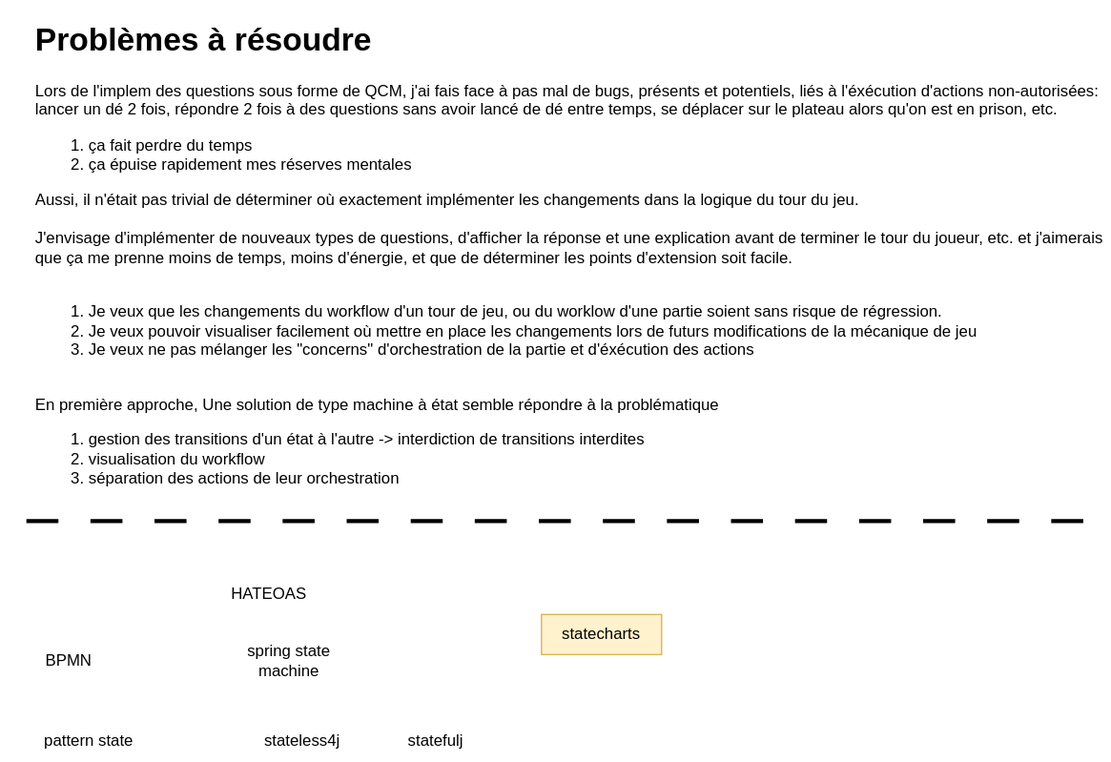
Earlier version of the draw.io export java/docs/design-docs/state-machine/state-machine-design-doc.svg (mbimbij/trivia). Source tidied: cells renumbered, new cells last; positions are measured from the earlier drawing's top-left corner, leaving out a move shared by most shapes. Source of this version:
```xml
<mxGraphModel>
  <root>
    <mxCell id="0" />
    <mxCell id="1" parent="0" />
    <mxCell id="2" value="&lt;h1&gt;Problèmes à résoudre&lt;/h1&gt;&lt;p&gt;Lors de l'implem des questions sous forme de QCM, j'ai fais face à pas mal de bugs, présents et potentiels, liés à l'éxécution d'actions non-autorisées: lancer un dé 2 fois, répondre 2 fois à des questions sans avoir lancé de dé entre temps, se déplacer sur le plateau alors qu'on est en prison, etc.&lt;/p&gt;&lt;p&gt;&lt;/p&gt;&lt;ol&gt;&lt;li&gt;ça fait perdre du temps&lt;/li&gt;&lt;li&gt;ça épuise rapidement mes réserves mentales&lt;/li&gt;&lt;/ol&gt;&lt;div&gt;Aussi, il n'était pas trivial de déterminer où exactement implémenter les changements dans la logique du tour du jeu.&lt;/div&gt;&lt;div&gt;&lt;br&gt;&lt;/div&gt;&lt;div&gt;J'envisage d'implémenter de nouveaux types de questions, d'afficher la réponse et une explication avant de terminer le tour du joueur, etc. et j'aimerais que ça me prenne moins de temps, moins d'énergie, et que de déterminer les points d'extension soit facile.&lt;br&gt;&lt;/div&gt;&lt;div&gt;&lt;br&gt;&lt;ol&gt;&lt;li&gt;Je veux que les changements du workflow d'un tour de jeu, ou du worklow d'une partie soient sans risque de régression.&lt;/li&gt;&lt;li&gt;Je veux pouvoir visualiser facilement où mettre en place les changements lors de futurs modifications de la mécanique de jeu&lt;/li&gt;&lt;li&gt;Je veux ne pas mélanger les &quot;concerns&quot; d'orchestration de la partie et d'éxécution des actions&lt;/li&gt;&lt;/ol&gt;&lt;/div&gt;&lt;div&gt;&lt;br&gt;&lt;/div&gt;&lt;div&gt;En première approche, Une solution de type machine à état semble répondre à la problématique&lt;/div&gt;&lt;div&gt;&lt;ol&gt;&lt;li&gt;gestion des transitions d'un état à l'autre -&amp;gt; interdiction de transitions interdites&lt;/li&gt;&lt;li&gt;visualisation du workflow&lt;/li&gt;&lt;li&gt;séparation des actions de leur orchestration&lt;/li&gt;&lt;/ol&gt;&lt;/div&gt;&lt;p&gt;&lt;/p&gt;" style="text;html=1;strokeColor=none;fillColor=none;spacing=5;spacingTop=-20;whiteSpace=wrap;overflow=hidden;rounded=0;" parent="1" vertex="1">
      <mxGeometry x="20" width="810" height="360" as="geometry" />
    </mxCell>
    <mxCell id="3" style="endArrow=none;html=1;rounded=0;strokeWidth=3;dashed=1;dashPattern=8 8;" parent="1" edge="1">
      <mxGeometry relative="1" as="geometry">
        <mxPoint x="810" y="380" as="sourcePoint" />
        <mxPoint y="380" as="targetPoint" />
      </mxGeometry>
    </mxCell>
    <mxCell id="4" value="HATEOAS" style="text;html=1;strokeColor=none;fillColor=none;align=center;verticalAlign=middle;whiteSpace=wrap;rounded=0;" parent="1" vertex="1">
      <mxGeometry x="150" y="420" width="100" height="30" as="geometry" />
    </mxCell>
    <mxCell id="5" value="BPMN" style="text;html=1;strokeColor=none;fillColor=none;align=center;verticalAlign=middle;whiteSpace=wrap;rounded=0;" parent="1" vertex="1">
      <mxGeometry x="20" y="470" width="60" height="30" as="geometry" />
    </mxCell>
    <mxCell id="6" value="pattern state" style="text;html=1;strokeColor=none;fillColor=none;align=center;verticalAlign=middle;whiteSpace=wrap;rounded=0;" parent="1" vertex="1">
      <mxGeometry x="20" y="530" width="90" height="30" as="geometry" />
    </mxCell>
    <mxCell id="7" value="spring state machine" style="text;html=1;strokeColor=none;fillColor=none;align=center;verticalAlign=middle;whiteSpace=wrap;rounded=0;" parent="1" vertex="1">
      <mxGeometry x="170" y="470" width="90" height="30" as="geometry" />
    </mxCell>
    <mxCell id="8" value="stateless4j" style="text;html=1;strokeColor=none;fillColor=none;align=center;verticalAlign=middle;whiteSpace=wrap;rounded=0;" parent="1" vertex="1">
      <mxGeometry x="180" y="530" width="90" height="30" as="geometry" />
    </mxCell>
    <mxCell id="9" value="statefulj" style="text;html=1;strokeColor=none;fillColor=none;align=center;verticalAlign=middle;whiteSpace=wrap;rounded=0;" parent="1" vertex="1">
      <mxGeometry x="280" y="530" width="90" height="30" as="geometry" />
    </mxCell>
    <mxCell id="10" value="statecharts" style="text;html=1;strokeColor=#d6b656;fillColor=#fff2cc;align=center;verticalAlign=middle;whiteSpace=wrap;rounded=0;" parent="1" vertex="1">
      <mxGeometry x="404" y="450" width="90" height="30" as="geometry" />
    </mxCell>
  </root>
</mxGraphModel>
```
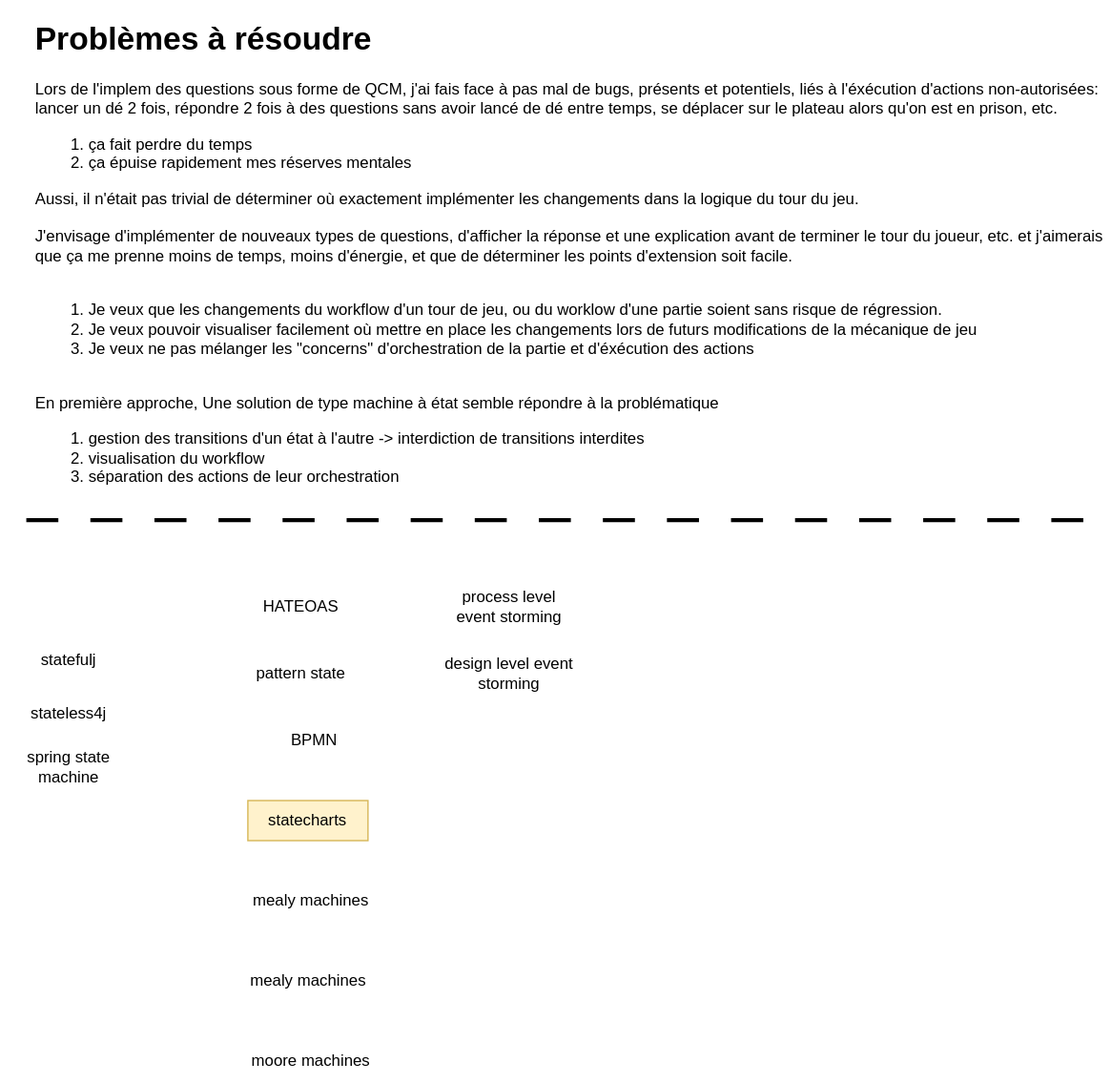
After the commit.

Commit message:
Implement a simple state machine

What changed in the source:
```diff
@@ -12,25 +12,40 @@
       </mxGeometry>
     </mxCell>
     <mxCell id="4" value="HATEOAS" style="text;html=1;strokeColor=none;fillColor=none;align=center;verticalAlign=middle;whiteSpace=wrap;rounded=0;" parent="1" vertex="1">
-      <mxGeometry x="150" y="420" width="100" height="30" as="geometry" />
+      <mxGeometry x="174" y="430" width="100" height="30" as="geometry" />
     </mxCell>
     <mxCell id="5" value="BPMN" style="text;html=1;strokeColor=none;fillColor=none;align=center;verticalAlign=middle;whiteSpace=wrap;rounded=0;" parent="1" vertex="1">
-      <mxGeometry x="20" y="470" width="60" height="30" as="geometry" />
+      <mxGeometry x="204" y="530" width="60" height="30" as="geometry" />
     </mxCell>
     <mxCell id="6" value="pattern state" style="text;html=1;strokeColor=none;fillColor=none;align=center;verticalAlign=middle;whiteSpace=wrap;rounded=0;" parent="1" vertex="1">
-      <mxGeometry x="20" y="530" width="90" height="30" as="geometry" />
+      <mxGeometry x="179" y="480" width="90" height="30" as="geometry" />
     </mxCell>
     <mxCell id="7" value="spring state machine" style="text;html=1;strokeColor=none;fillColor=none;align=center;verticalAlign=middle;whiteSpace=wrap;rounded=0;" parent="1" vertex="1">
-      <mxGeometry x="170" y="470" width="90" height="30" as="geometry" />
+      <mxGeometry x="5" y="550" width="90" height="30" as="geometry" />
     </mxCell>
     <mxCell id="8" value="stateless4j" style="text;html=1;strokeColor=none;fillColor=none;align=center;verticalAlign=middle;whiteSpace=wrap;rounded=0;" parent="1" vertex="1">
-      <mxGeometry x="180" y="530" width="90" height="30" as="geometry" />
+      <mxGeometry x="5" y="510" width="90" height="30" as="geometry" />
     </mxCell>
     <mxCell id="9" value="statefulj" style="text;html=1;strokeColor=none;fillColor=none;align=center;verticalAlign=middle;whiteSpace=wrap;rounded=0;" parent="1" vertex="1">
-      <mxGeometry x="280" y="530" width="90" height="30" as="geometry" />
+      <mxGeometry x="5" y="470" width="90" height="30" as="geometry" />
     </mxCell>
     <mxCell id="10" value="statecharts" style="text;html=1;strokeColor=#d6b656;fillColor=#fff2cc;align=center;verticalAlign=middle;whiteSpace=wrap;rounded=0;" parent="1" vertex="1">
-      <mxGeometry x="404" y="450" width="90" height="30" as="geometry" />
+      <mxGeometry x="184" y="590" width="90" height="30" as="geometry" />
     </mxCell>
+    <mxCell id="11" value="mealy machines" style="text;html=1;strokeColor=none;fillColor=none;align=center;verticalAlign=middle;whiteSpace=wrap;rounded=0;" parent="1" vertex="1">
+      <mxGeometry x="179" y="650" width="105" height="30" as="geometry" />
+    </mxCell>
+    <mxCell id="12" value="mealy machines" style="text;html=1;strokeColor=none;fillColor=none;align=center;verticalAlign=middle;whiteSpace=wrap;rounded=0;" parent="1" vertex="1">
+      <mxGeometry x="176.5" y="710" width="105" height="30" as="geometry" />
+    </mxCell>
+    <mxCell id="13" value="process level event storming" style="text;html=1;strokeColor=none;fillColor=none;align=center;verticalAlign=middle;whiteSpace=wrap;rounded=0;" parent="1" vertex="1">
+      <mxGeometry x="330" y="430" width="100" height="30" as="geometry" />
+    </mxCell>
+    <mxCell id="14" value="design level event storming" style="text;html=1;strokeColor=none;fillColor=none;align=center;verticalAlign=middle;whiteSpace=wrap;rounded=0;" parent="1" vertex="1">
+      <mxGeometry x="330" y="480" width="100" height="30" as="geometry" />
+    </mxCell>
+    <mxCell id="15" value="moore machines" style="text;html=1;strokeColor=none;fillColor=none;align=center;verticalAlign=middle;whiteSpace=wrap;rounded=0;" parent="1" vertex="1">
+      <mxGeometry x="179" y="770" width="105" height="30" as="geometry" />
+    </mxCell>
   </root>
 </mxGraphModel>
```
